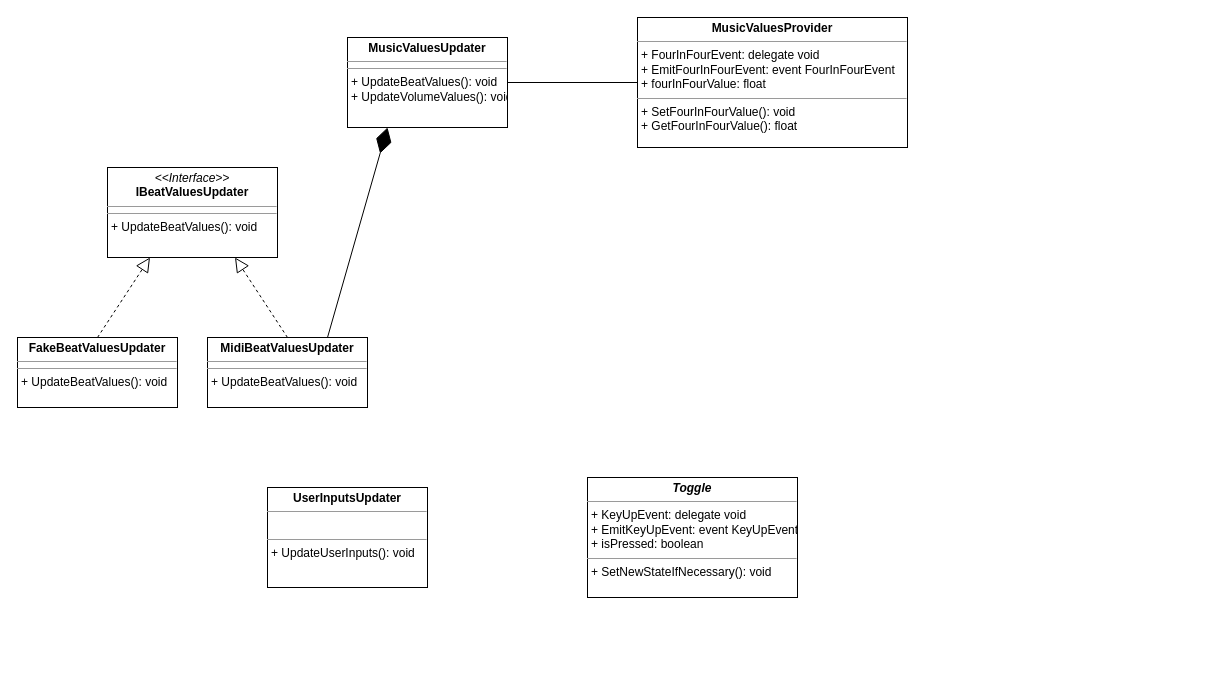
The draw.io diagram user_music_input_architecture.drawio in brogli/realtime-audioreactive-music-visualization, before the edit. Source tidied: cells renumbered, new cells numbered last; positions are measured from the earlier drawing's top-left corner, leaving out a move shared by most shapes. Both pictures are drawn from the tidied source at 100%, with x=0, y=0 at pixel (17, 17).
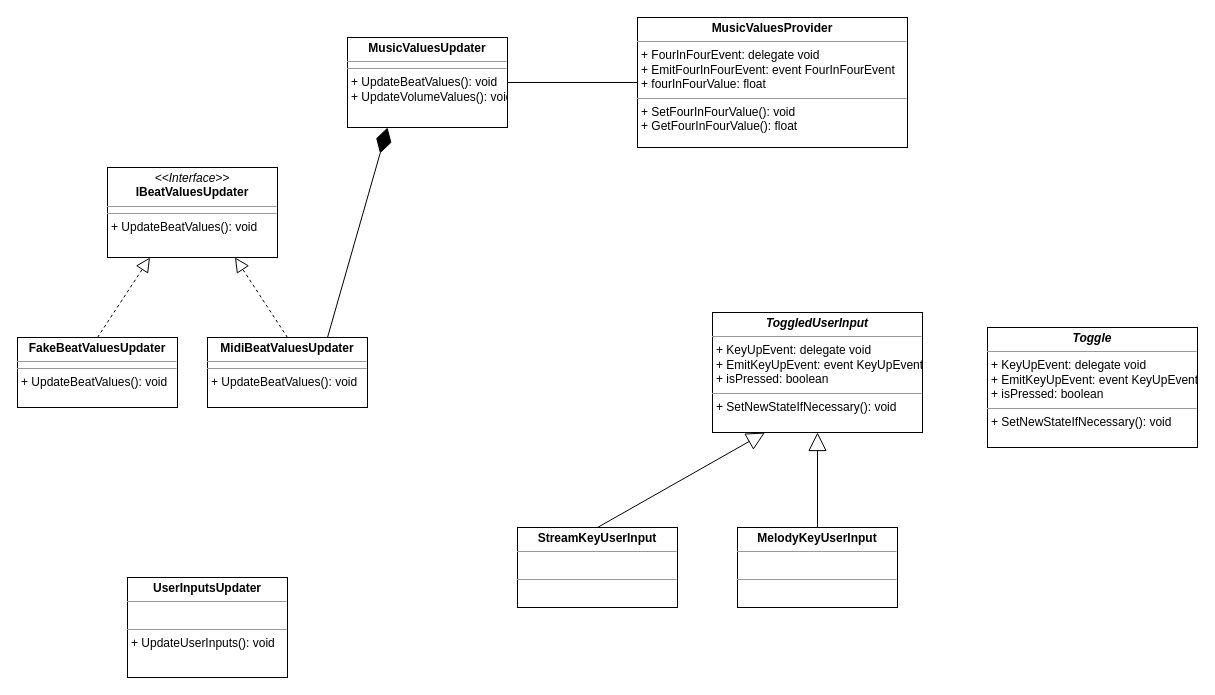
The same page after the edit.

Diff of the diagram source:
```diff
@@
 <mxGraphModel>
   <root>
     <mxCell id="0" />
     <mxCell id="1" parent="0" />
     <mxCell id="2" value="&lt;p style=&quot;margin: 0px ; margin-top: 4px ; text-align: center&quot;&gt;&lt;b&gt;MidiBeatValuesUpdater&lt;/b&gt;&lt;br&gt;&lt;/p&gt;&lt;hr size=&quot;1&quot;&gt;&lt;hr size=&quot;1&quot;&gt;&lt;p style=&quot;margin: 0px ; margin-left: 4px&quot;&gt;+ UpdateBeatValues(): void&lt;br&gt;&lt;/p&gt;" style="verticalAlign=top;align=left;overflow=fill;fontSize=12;fontFamily=Helvetica;html=1;" parent="1" vertex="1">
       <mxGeometry x="190" y="320" width="160" height="70" as="geometry" />
     </mxCell>
     <mxCell id="3" value="&lt;p style=&quot;margin: 0px ; margin-top: 4px ; text-align: center&quot;&gt;&lt;i&gt;&amp;lt;&amp;lt;Interface&amp;gt;&amp;gt;&lt;/i&gt;&lt;br&gt;&lt;b&gt;IBeatValuesUpdater&lt;/b&gt;&lt;/p&gt;&lt;hr size=&quot;1&quot;&gt;&lt;hr size=&quot;1&quot;&gt;&lt;p style=&quot;margin: 0px ; margin-left: 4px&quot;&gt;+ UpdateBeatValues(): void&lt;/p&gt;" style="verticalAlign=top;align=left;overflow=fill;fontSize=12;fontFamily=Helvetica;html=1;" parent="1" vertex="1">
       <mxGeometry x="90" y="150" width="170" height="90" as="geometry" />
     </mxCell>
     <mxCell id="4" value="&lt;p style=&quot;margin: 0px ; margin-top: 4px ; text-align: center&quot;&gt;&lt;b&gt;FakeBeatValuesUpdater&lt;/b&gt;&lt;br&gt;&lt;/p&gt;&lt;hr size=&quot;1&quot;&gt;&lt;hr size=&quot;1&quot;&gt;&lt;p style=&quot;margin: 0px ; margin-left: 4px&quot;&gt;+ UpdateBeatValues(): void&lt;br&gt;&lt;/p&gt;" style="verticalAlign=top;align=left;overflow=fill;fontSize=12;fontFamily=Helvetica;html=1;" parent="1" vertex="1">
       <mxGeometry y="320" width="160" height="70" as="geometry" />
     </mxCell>
     <mxCell id="5" style="endArrow=block;dashed=1;endFill=0;endSize=12;html=1;entryX=0.25;entryY=1;entryDx=0;entryDy=0;exitX=0.5;exitY=0;exitDx=0;exitDy=0;" parent="1" edge="1" source="4" target="3">
       <mxGeometry relative="1" as="geometry" />
     </mxCell>
     <mxCell id="6" style="endArrow=block;dashed=1;endFill=0;endSize=12;html=1;entryX=0.75;entryY=1;entryDx=0;entryDy=0;exitX=0.5;exitY=0;exitDx=0;exitDy=0;" parent="1" edge="1" source="2" target="3">
       <mxGeometry relative="1" as="geometry" />
     </mxCell>
     <mxCell id="7" value="&lt;p style=&quot;margin: 0px ; margin-top: 4px ; text-align: center&quot;&gt;&lt;b&gt;MusicValuesUpdater&lt;/b&gt;&lt;br&gt;&lt;/p&gt;&lt;hr size=&quot;1&quot;&gt;&lt;hr size=&quot;1&quot;&gt;&lt;p style=&quot;margin: 0px ; margin-left: 4px&quot;&gt;+ UpdateBeatValues(): void&lt;/p&gt;&lt;p style=&quot;margin: 0px ; margin-left: 4px&quot;&gt;+ UpdateVolumeValues(): void&lt;/p&gt;" style="verticalAlign=top;align=left;overflow=fill;fontSize=12;fontFamily=Helvetica;html=1;" parent="1" vertex="1">
       <mxGeometry x="330" y="20" width="160" height="90" as="geometry" />
     </mxCell>
     <mxCell id="8" style="endArrow=diamondThin;endFill=1;endSize=24;html=1;exitX=0.75;exitY=0;exitDx=0;exitDy=0;entryX=0.25;entryY=1;entryDx=0;entryDy=0;" parent="1" edge="1" source="2" target="7">
       <mxGeometry relative="1" as="geometry" />
     </mxCell>
     <mxCell id="9" value="&lt;p style=&quot;margin: 0px ; margin-top: 4px ; text-align: center&quot;&gt;&lt;b&gt;MusicValuesProvider&lt;/b&gt;&lt;/p&gt;&lt;hr size=&quot;1&quot;&gt;&lt;p style=&quot;margin: 0px ; margin-left: 4px&quot;&gt;+ FourInFourEvent: delegate void&lt;br&gt;&lt;/p&gt;&lt;p style=&quot;margin: 0px ; margin-left: 4px&quot;&gt;+ EmitFourInFourEvent: event FourInFourEvent&lt;br&gt;&lt;/p&gt;&lt;p style=&quot;margin: 0px ; margin-left: 4px&quot;&gt;+ fourInFourValue: float&lt;/p&gt;&lt;hr size=&quot;1&quot;&gt;&lt;p style=&quot;margin: 0px ; margin-left: 4px&quot;&gt;+ SetFourInFourValue(): void&lt;/p&gt;&lt;p style=&quot;margin: 0px ; margin-left: 4px&quot;&gt;+ GetFourInFourValue(): float&lt;/p&gt;" style="verticalAlign=top;align=left;overflow=fill;fontSize=12;fontFamily=Helvetica;html=1;" parent="1" vertex="1">
       <mxGeometry x="620" width="270" height="130" as="geometry" />
     </mxCell>
     <mxCell id="10" style="endArrow=none;html=1;edgeStyle=orthogonalEdgeStyle;entryX=0;entryY=0.5;entryDx=0;entryDy=0;exitX=1;exitY=0.5;exitDx=0;exitDy=0;" parent="1" edge="1" source="7" target="9">
       <mxGeometry relative="1" as="geometry" />
     </mxCell>
     <mxCell id="11" value="&lt;p style=&quot;margin: 0px ; margin-top: 4px ; text-align: center&quot;&gt;&lt;i&gt;&lt;b&gt;Toggle&lt;/b&gt;&lt;/i&gt;&lt;/p&gt;&lt;hr size=&quot;1&quot;&gt;&lt;p style=&quot;margin: 0px ; margin-left: 4px&quot;&gt;+ KeyUpEvent: delegate void&lt;/p&gt;&lt;p style=&quot;margin: 0px ; margin-left: 4px&quot;&gt;+ EmitKeyUpEvent: event KeyUpEvent&lt;br&gt;&lt;/p&gt;&lt;p style=&quot;margin: 0px ; margin-left: 4px&quot;&gt;+ isPressed: boolean&lt;br&gt;&lt;/p&gt;&lt;hr size=&quot;1&quot;&gt;&lt;p style=&quot;margin: 0px ; margin-left: 4px&quot;&gt;+ SetNewStateIfNecessary(): void&lt;br&gt;&lt;/p&gt;" style="verticalAlign=top;align=left;overflow=fill;fontSize=12;fontFamily=Helvetica;html=1;" parent="1" vertex="1">
-      <mxGeometry x="570" y="460" width="210" height="120" as="geometry" />
+      <mxGeometry x="970" y="310" width="210" height="120" as="geometry" />
     </mxCell>
     <mxCell id="12" value="&lt;p style=&quot;margin: 0px ; margin-top: 4px ; text-align: center&quot;&gt;&lt;b&gt;UserInputsUpdater&lt;/b&gt;&lt;/p&gt;&lt;hr size=&quot;1&quot;&gt;&lt;p style=&quot;margin: 0px ; margin-left: 4px&quot;&gt;&lt;br&gt;&lt;/p&gt;&lt;hr size=&quot;1&quot;&gt;&lt;p style=&quot;margin: 0px ; margin-left: 4px&quot;&gt;+ UpdateUserInputs(): void&lt;br&gt;&lt;/p&gt;" style="verticalAlign=top;align=left;overflow=fill;fontSize=12;fontFamily=Helvetica;html=1;" parent="1" vertex="1">
-      <mxGeometry x="250" y="470" width="160" height="100" as="geometry" />
+      <mxGeometry x="110" y="560" width="160" height="100" as="geometry" />
     </mxCell>
+    <mxCell id="13" value="&lt;p style=&quot;margin: 0px ; margin-top: 4px ; text-align: center&quot;&gt;&lt;b&gt;MelodyKeyUserInput&lt;/b&gt;&lt;/p&gt;&lt;hr size=&quot;1&quot;&gt;&lt;p style=&quot;margin: 0px ; margin-left: 4px&quot;&gt;&lt;br&gt;&lt;/p&gt;&lt;hr size=&quot;1&quot;&gt;&lt;p style=&quot;margin: 0px ; margin-left: 4px&quot;&gt;&lt;br&gt;&lt;/p&gt;" style="verticalAlign=top;align=left;overflow=fill;fontSize=12;fontFamily=Helvetica;html=1;" parent="1" vertex="1">
+      <mxGeometry x="720" y="510" width="160" height="80" as="geometry" />
+    </mxCell>
+    <mxCell id="14" value="&lt;p style=&quot;margin: 0px ; margin-top: 4px ; text-align: center&quot;&gt;&lt;i&gt;&lt;b&gt;ToggledUserInput&lt;/b&gt;&lt;/i&gt;&lt;/p&gt;&lt;hr size=&quot;1&quot;&gt;&lt;p style=&quot;margin: 0px ; margin-left: 4px&quot;&gt;+ KeyUpEvent: delegate void&lt;/p&gt;&lt;p style=&quot;margin: 0px ; margin-left: 4px&quot;&gt;+ EmitKeyUpEvent: event KeyUpEvent&lt;br&gt;&lt;/p&gt;&lt;p style=&quot;margin: 0px ; margin-left: 4px&quot;&gt;+ isPressed: boolean&lt;br&gt;&lt;/p&gt;&lt;hr size=&quot;1&quot;&gt;&lt;p style=&quot;margin: 0px ; margin-left: 4px&quot;&gt;+ SetNewStateIfNecessary(): void&lt;br&gt;&lt;/p&gt;" style="verticalAlign=top;align=left;overflow=fill;fontSize=12;fontFamily=Helvetica;html=1;" parent="1" vertex="1">
+      <mxGeometry x="695" y="295" width="210" height="120" as="geometry" />
+    </mxCell>
+    <mxCell id="15" value="Extends" style="endArrow=block;endSize=16;endFill=0;entryX=0.5;entryY=1;entryDx=0;entryDy=0;exitX=0.5;exitY=0;exitDx=0;exitDy=0;strokeColor=#000000;shadow=0;comic=0;textOpacity=0;fontColor=none;labelBackgroundColor=none;noLabel=1;" parent="1" edge="1" source="13" target="14">
+      <mxGeometry x="-0.05" relative="1" as="geometry" />
+    </mxCell>
+    <mxCell id="16" value="&lt;p style=&quot;margin: 0px ; margin-top: 4px ; text-align: center&quot;&gt;&lt;b&gt;StreamKeyUserInput&lt;/b&gt;&lt;/p&gt;&lt;hr size=&quot;1&quot;&gt;&lt;p style=&quot;margin: 0px ; margin-left: 4px&quot;&gt;&lt;br&gt;&lt;/p&gt;&lt;hr size=&quot;1&quot;&gt;&lt;p style=&quot;margin: 0px ; margin-left: 4px&quot;&gt;&lt;br&gt;&lt;/p&gt;" style="verticalAlign=top;align=left;overflow=fill;fontSize=12;fontFamily=Helvetica;html=1;" parent="1" vertex="1">
+      <mxGeometry x="500" y="510" width="160" height="80" as="geometry" />
+    </mxCell>
+    <mxCell id="17" value="Extends" style="endArrow=block;endSize=16;endFill=0;entryX=0.25;entryY=1;entryDx=0;entryDy=0;exitX=0.5;exitY=0;exitDx=0;exitDy=0;strokeColor=#000000;shadow=0;comic=0;textOpacity=0;fontColor=none;labelBackgroundColor=none;noLabel=1;" parent="1" edge="1" source="16" target="14">
+      <mxGeometry x="-0.05" relative="1" as="geometry" />
+    </mxCell>
   </root>
 </mxGraphModel>
```
